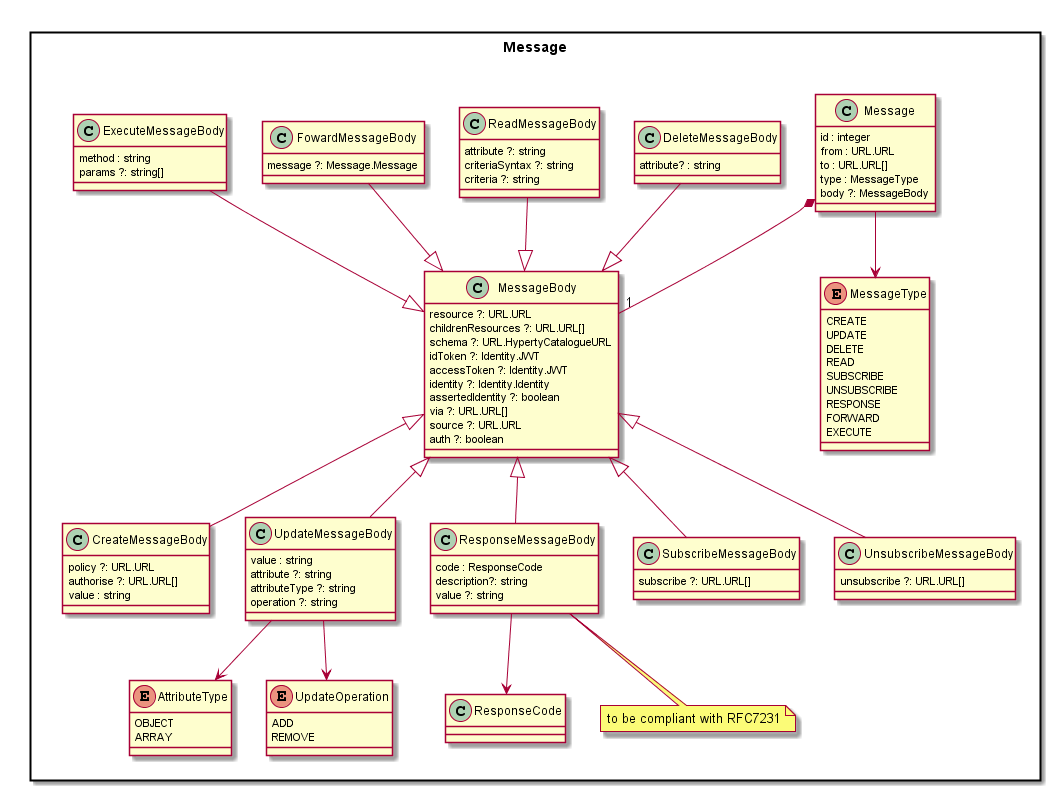
Above: datamodel/core/message/Message-Data-Model.png in reTHINK-project/specs (PlantUML), before the change.
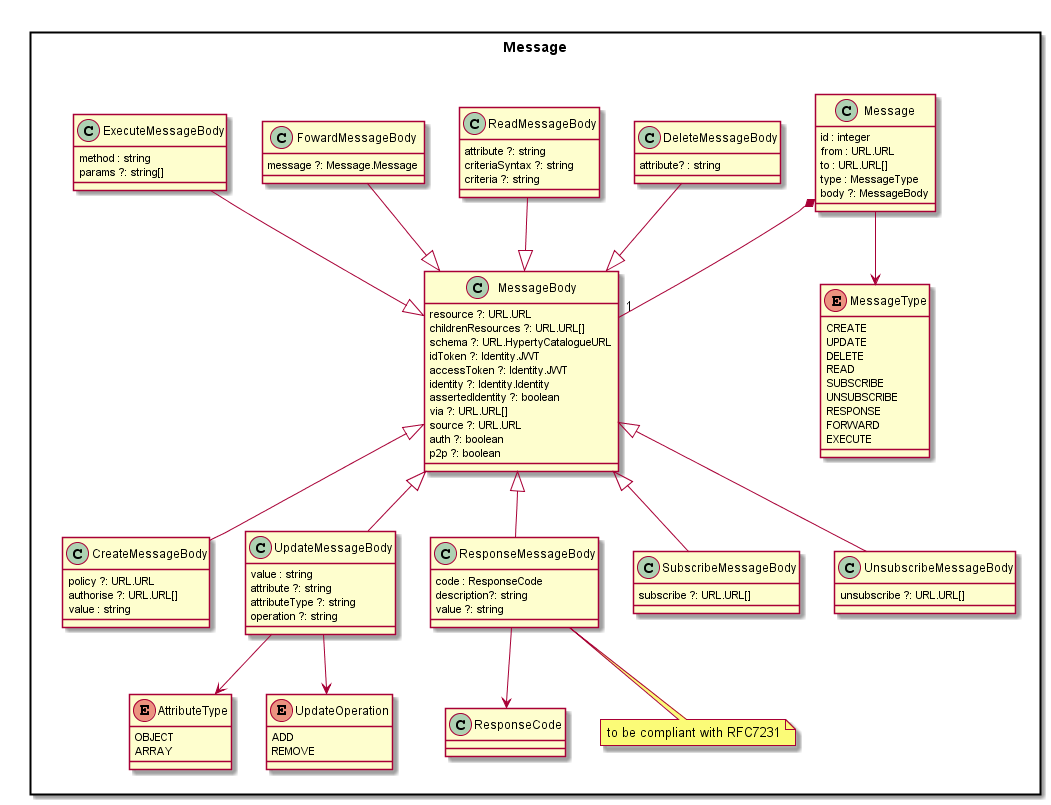
After the change.

Diff of the diagram source:
```diff
@@ -21,6 +21,7 @@
 		via ?: URL.URL[]
 		source ?: URL.URL
 		auth ?: boolean
+		p2p ?: boolean
 	}
 
 	class CreateMessageBody {
```
